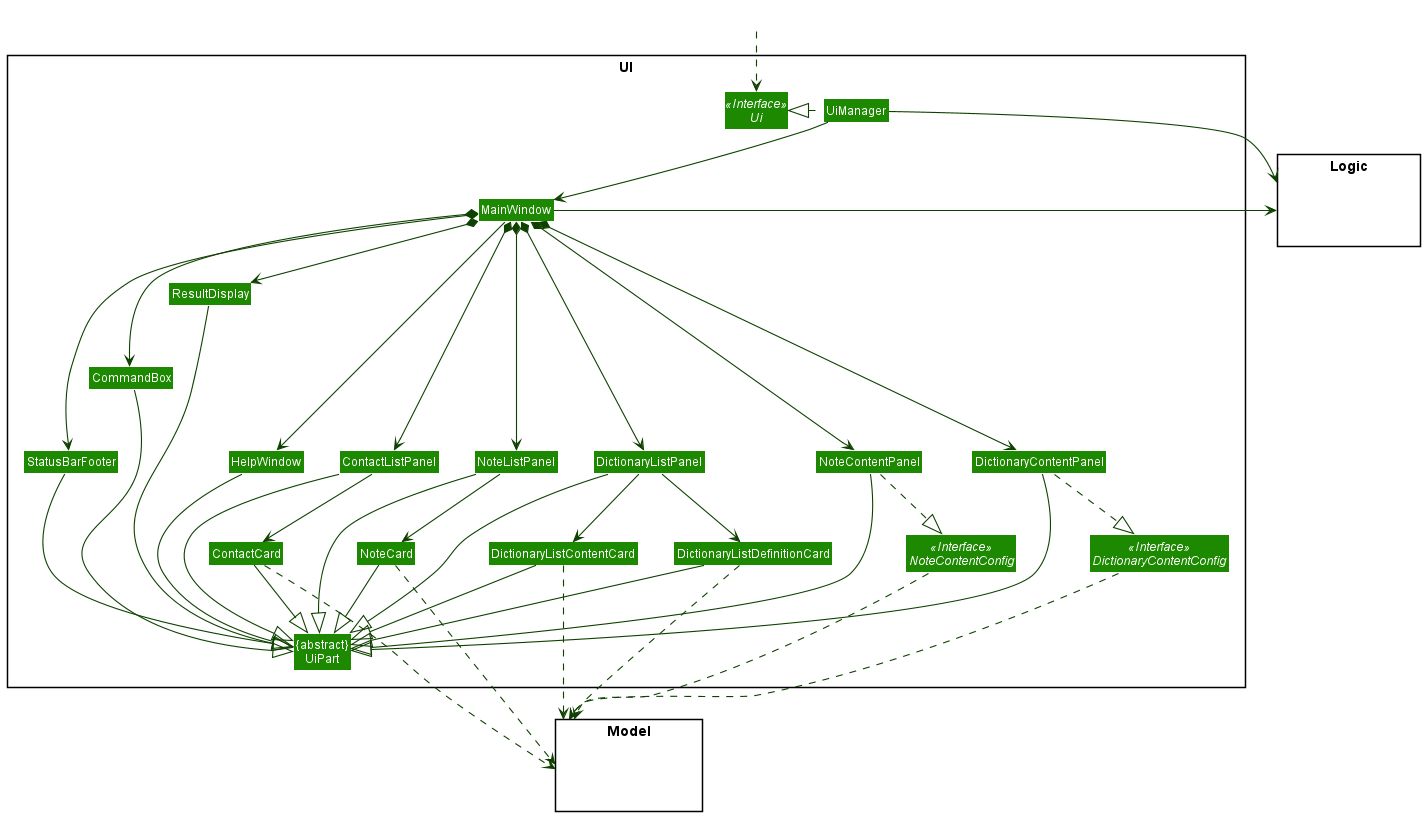
Before: docs/images/UiClassDiagram.png, a diagram exported from PlantUML (nus-cs2103-AY2021S2/tp).
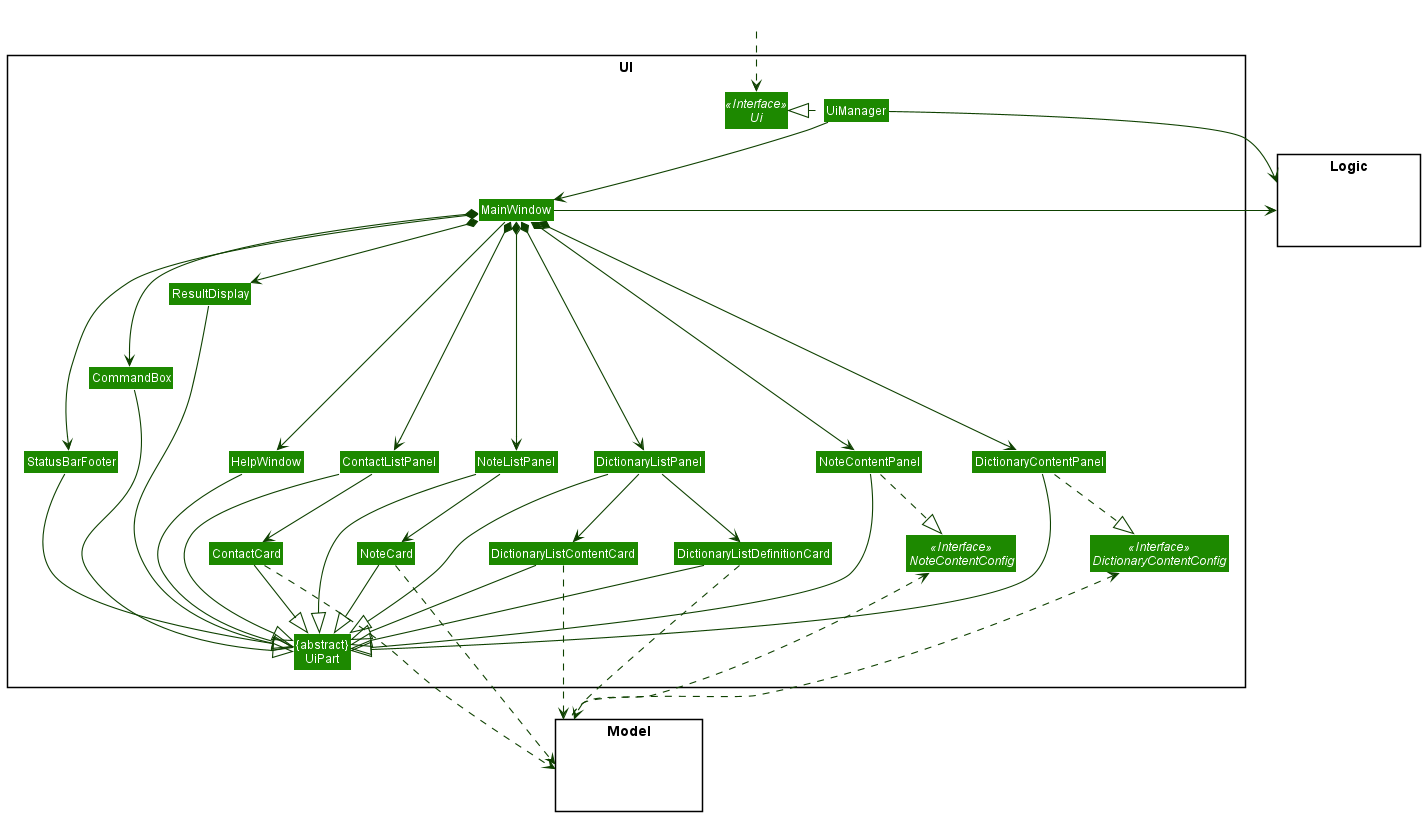
The same file after the commit.

The edit, as a diff of the source:
```diff
@@ -59,8 +59,8 @@
 DictionaryListContentCard..> Model
 DictionaryListDefinitionCard..> Model
 NoteCard..> Model
-DictionaryContentConfig..> Model
-NoteContentConfig..> Model
+Model .left.> DictionaryContentConfig
+Model .left.> NoteContentConfig
 UiManager -up-> Logic
 MainWindow -right-> Logic
 
```
